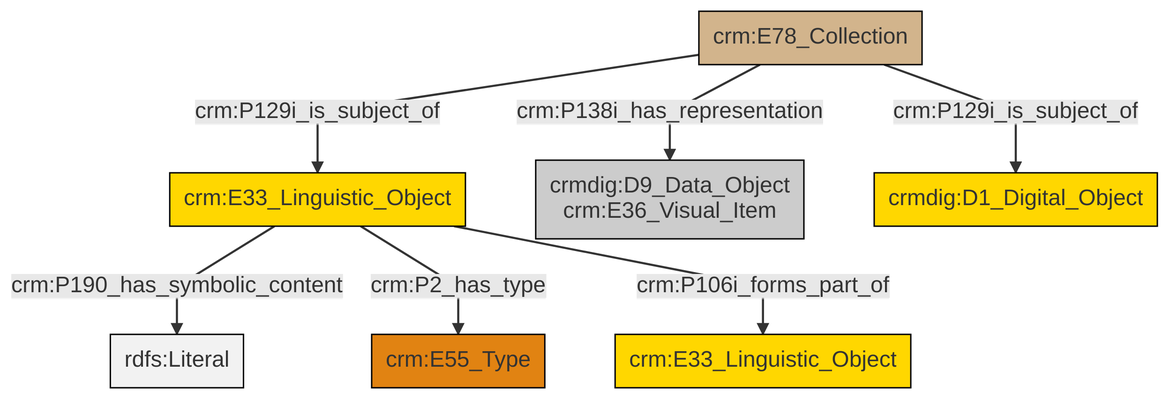
Above: et/archivalCSV/ttl/mmd/png/archival_docs.png in swiss-art-research-net/docs.swissartresearch (Mermaid), before the change. Its source is kept beside it as et/archivalCSV/ttl/mmd/archival_docs.ttl.mmd.
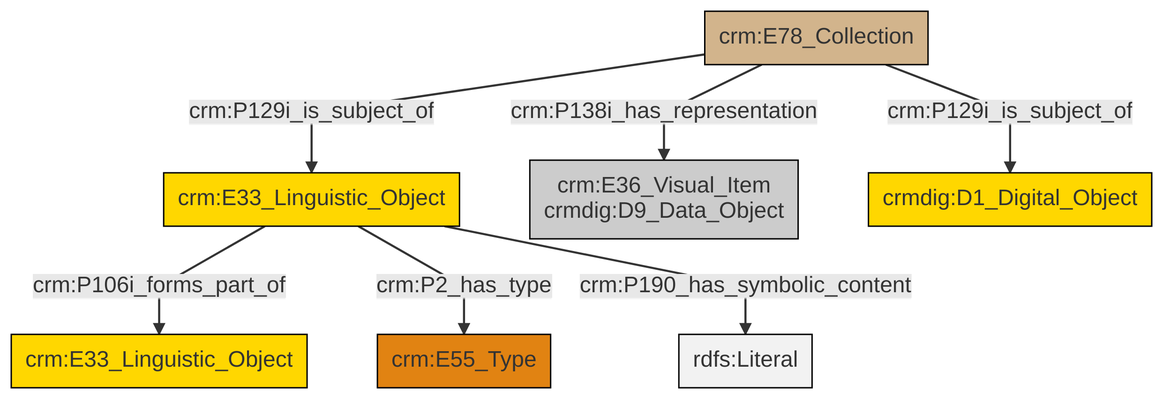
After the commit.

Change to the diagram source:
```diff
@@ -14,8 +14,8 @@
 classDef Multi fill:#cccccc,stroke:#000000;
 
 0["crm:E78_Collection"]:::Physical_Thing -->|crm:P129i_is_subject_of| 1["crm:E33_Linguistic_Object"]:::Conceptual_Object
-0["crm:E78_Collection"]:::Physical_Thing -->|crm:P129i_is_subject_of| 5["crmdig:D1_Digital_Object"]:::Conceptual_Object
-0["crm:E78_Collection"]:::Physical_Thing -->|crm:P138i_has_representation| 3["crmdig:D9_Data_Object<br>crm:E36_Visual_Item"]:::Multi
-1["crm:E33_Linguistic_Object"]:::Conceptual_Object -->|crm:P190_has_symbolic_content| 7[rdfs:Literal]:::Literal
-1["crm:E33_Linguistic_Object"]:::Conceptual_Object -->|crm:P2_has_type| 11["crm:E55_Type"]:::Type
-1["crm:E33_Linguistic_Object"]:::Conceptual_Object -->|crm:P106i_forms_part_of| 8["crm:E33_Linguistic_Object"]:::Conceptual_Object
+1["crm:E33_Linguistic_Object"]:::Conceptual_Object -->|crm:P106i_forms_part_of| 4["crm:E33_Linguistic_Object"]:::Conceptual_Object
+0["crm:E78_Collection"]:::Physical_Thing -->|crm:P129i_is_subject_of| 9["crmdig:D1_Digital_Object"]:::Conceptual_Object
+1["crm:E33_Linguistic_Object"]:::Conceptual_Object -->|crm:P2_has_type| 10["crm:E55_Type"]:::Type
+0["crm:E78_Collection"]:::Physical_Thing -->|crm:P138i_has_representation| 2["crm:E36_Visual_Item<br>crmdig:D9_Data_Object"]:::Multi
+1["crm:E33_Linguistic_Object"]:::Conceptual_Object -->|crm:P190_has_symbolic_content| 14[rdfs:Literal]:::Literal
```
